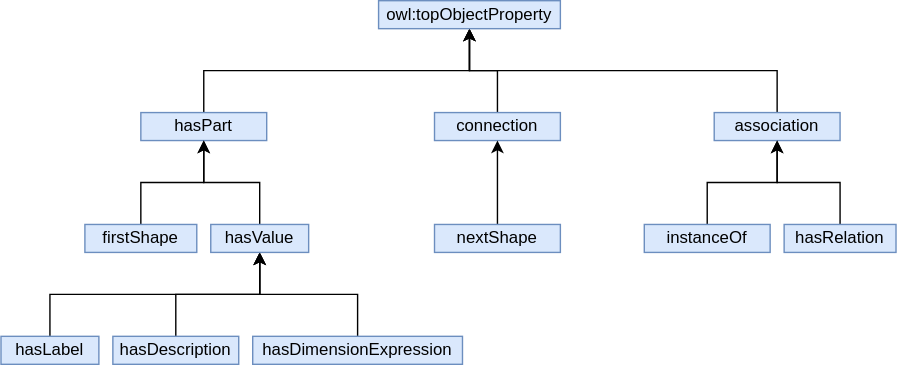
emmo-repo/domain-datamodel keeps this draw.io diagram as doc/figs/relations.svg. Above is the earlier version. Source tidied: cells renumbered, new cells last; positions are measured from the earlier drawing's top-left corner, leaving out a move shared by most shapes.
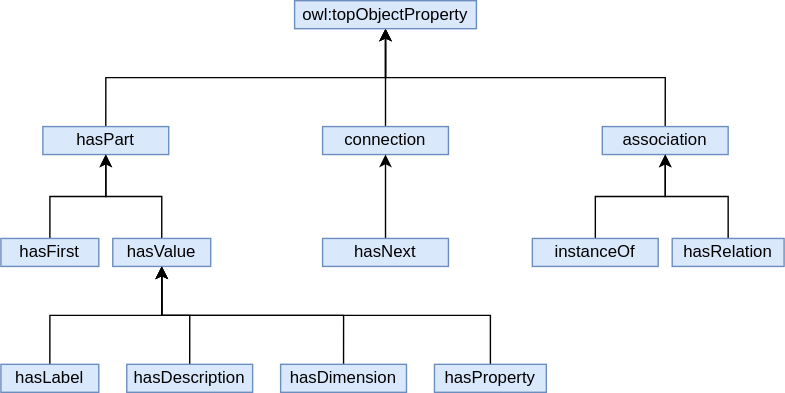
Later version of the same file.

The edit, as a diff of the source:
```diff
@@ -6,31 +6,25 @@
       <mxGeometry relative="1" as="geometry" />
     </mxCell>
     <mxCell id="3" value="hasPart" style="rounded=0;whiteSpace=wrap;html=1;fillColor=#dae8fc;strokeColor=#6c8ebf;" parent="1" vertex="1">
-      <mxGeometry x="100" y="80" width="90" height="20" as="geometry" />
+      <mxGeometry x="110" y="80" width="90" height="20" as="geometry" />
     </mxCell>
     <mxCell id="4" style="edgeStyle=orthogonalEdgeStyle;rounded=0;jettySize=auto;html=1;exitX=0.5;exitY=0;exitDx=0;exitDy=0;entryX=0.5;entryY=1;entryDx=0;entryDy=0;" parent="1" edge="1" source="5" target="17">
       <mxGeometry relative="1" as="geometry" />
     </mxCell>
     <mxCell id="5" value="hasDescription" style="rounded=0;whiteSpace=wrap;html=1;fillColor=#dae8fc;strokeColor=#6c8ebf;" parent="1" vertex="1">
-      <mxGeometry x="80" y="240" width="90" height="20" as="geometry" />
+      <mxGeometry x="170" y="250" width="90" height="20" as="geometry" />
     </mxCell>
     <mxCell id="6" style="edgeStyle=orthogonalEdgeStyle;rounded=0;jettySize=auto;html=1;exitX=0.5;exitY=0;exitDx=0;exitDy=0;entryX=0.5;entryY=1;entryDx=0;entryDy=0;" parent="1" edge="1" source="7" target="17">
       <mxGeometry relative="1" as="geometry" />
     </mxCell>
     <mxCell id="7" value="hasLabel" style="rounded=0;whiteSpace=wrap;html=1;fillColor=#dae8fc;strokeColor=#6c8ebf;" parent="1" vertex="1">
-      <mxGeometry y="240" width="70" height="20" as="geometry" />
+      <mxGeometry x="80" y="250" width="70" height="20" as="geometry" />
     </mxCell>
-    <mxCell id="8" style="edgeStyle=orthogonalEdgeStyle;rounded=0;jettySize=auto;html=1;exitX=0.5;exitY=0;exitDx=0;exitDy=0;entryX=0.5;entryY=1;entryDx=0;entryDy=0;" parent="1" edge="1" source="9" target="17">
-      <mxGeometry relative="1" as="geometry" />
-    </mxCell>
-    <mxCell id="9" value="hasDimensionExpression" style="rounded=0;whiteSpace=wrap;html=1;fillColor=#dae8fc;strokeColor=#6c8ebf;" parent="1" vertex="1">
-      <mxGeometry x="180" y="240" width="150" height="20" as="geometry" />
-    </mxCell>
     <mxCell id="10" style="edgeStyle=orthogonalEdgeStyle;rounded=0;jettySize=auto;html=1;" parent="1" edge="1" source="11" target="3">
       <mxGeometry relative="1" as="geometry" />
     </mxCell>
-    <mxCell id="11" value="firstShape" style="rounded=0;whiteSpace=wrap;html=1;fillColor=#dae8fc;strokeColor=#6c8ebf;" parent="1" vertex="1">
-      <mxGeometry x="60" y="160" width="80" height="20" as="geometry" />
+    <mxCell id="11" value="hasFirst" style="rounded=0;whiteSpace=wrap;html=1;fillColor=#dae8fc;strokeColor=#6c8ebf;" parent="1" vertex="1">
+      <mxGeometry x="80" y="160" width="70" height="20" as="geometry" />
     </mxCell>
     <mxCell id="12" style="edgeStyle=orthogonalEdgeStyle;rounded=0;jettySize=auto;html=1;" parent="1" edge="1" source="13" target="24">
       <mxGeometry relative="1" as="geometry" />
@@ -41,14 +35,14 @@
     <mxCell id="14" style="edgeStyle=orthogonalEdgeStyle;rounded=0;jettySize=auto;html=1;" parent="1" edge="1" source="15" target="13">
       <mxGeometry relative="1" as="geometry" />
     </mxCell>
-    <mxCell id="15" value="nextShape" style="rounded=0;whiteSpace=wrap;html=1;fillColor=#dae8fc;strokeColor=#6c8ebf;" parent="1" vertex="1">
+    <mxCell id="15" value="hasNext" style="rounded=0;whiteSpace=wrap;html=1;fillColor=#dae8fc;strokeColor=#6c8ebf;" parent="1" vertex="1">
       <mxGeometry x="310" y="160" width="90" height="20" as="geometry" />
     </mxCell>
     <mxCell id="16" style="edgeStyle=orthogonalEdgeStyle;rounded=0;jettySize=auto;html=1;entryX=0.5;entryY=1;entryDx=0;entryDy=0;exitX=0.5;exitY=0;exitDx=0;exitDy=0;" parent="1" edge="1" source="17" target="3">
       <mxGeometry relative="1" as="geometry" />
     </mxCell>
     <mxCell id="17" value="hasValue" style="rounded=0;whiteSpace=wrap;html=1;fillColor=#dae8fc;strokeColor=#6c8ebf;" parent="1" vertex="1">
-      <mxGeometry x="150" y="160" width="70" height="20" as="geometry" />
+      <mxGeometry x="160" y="160" width="70" height="20" as="geometry" />
     </mxCell>
     <mxCell id="18" style="edgeStyle=orthogonalEdgeStyle;rounded=0;jettySize=auto;html=1;exitX=0.5;exitY=0;exitDx=0;exitDy=0;" parent="1" edge="1" source="19" target="24">
       <mxGeometry relative="1" as="geometry" />
@@ -69,7 +63,19 @@
       <mxGeometry x="460" y="160" width="90" height="20" as="geometry" />
     </mxCell>
     <mxCell id="24" value="owl:topObjectProperty" style="rounded=0;whiteSpace=wrap;html=1;fillColor=#dae8fc;strokeColor=#6c8ebf;" parent="1" vertex="1">
-      <mxGeometry x="270" width="130" height="20" as="geometry" />
+      <mxGeometry x="290" y="-10" width="130" height="20" as="geometry" />
     </mxCell>
+    <mxCell id="25" style="edgeStyle=orthogonalEdgeStyle;rounded=0;jettySize=auto;html=1;exitX=0.5;exitY=0;exitDx=0;exitDy=0;" parent="1" edge="1" source="26" target="17">
+      <mxGeometry relative="1" as="geometry" />
+    </mxCell>
+    <mxCell id="26" value="hasDimension" style="rounded=0;whiteSpace=wrap;html=1;fillColor=#dae8fc;strokeColor=#6c8ebf;" parent="1" vertex="1">
+      <mxGeometry x="280" y="250" width="90" height="20" as="geometry" />
+    </mxCell>
+    <mxCell id="27" style="edgeStyle=orthogonalEdgeStyle;rounded=0;jettySize=auto;html=1;entryX=0.5;entryY=1;entryDx=0;entryDy=0;exitX=0.5;exitY=0;exitDx=0;exitDy=0;" parent="1" edge="1" source="28" target="17">
+      <mxGeometry relative="1" as="geometry" />
+    </mxCell>
+    <mxCell id="28" value="hasProperty" style="rounded=0;whiteSpace=wrap;html=1;fillColor=#dae8fc;strokeColor=#6c8ebf;" parent="1" vertex="1">
+      <mxGeometry x="390" y="250" width="80" height="20" as="geometry" />
+    </mxCell>
   </root>
 </mxGraphModel>
```
